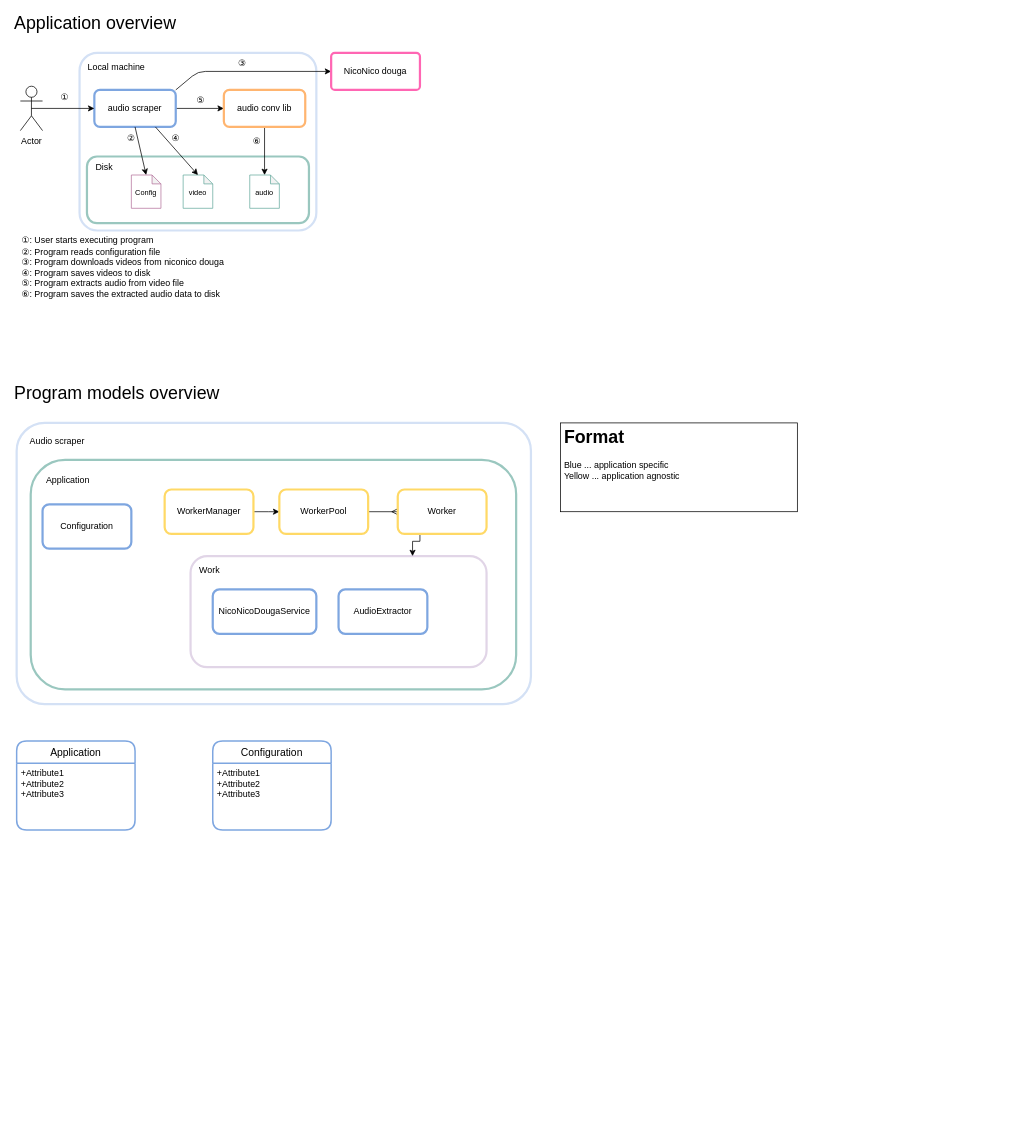
Earlier version of the draw.io diagram docs/features/audioscraper/audio-scraper-design.drawio (eiji03aero/niconico-scraper). Source tidied: cells renumbered, new cells numbered last; positions are measured from the earlier drawing's top-left corner, leaving out a move shared by most shapes. Both pictures are drawn from the tidied source at 74%, with x=0, y=0 at pixel (13, 16).
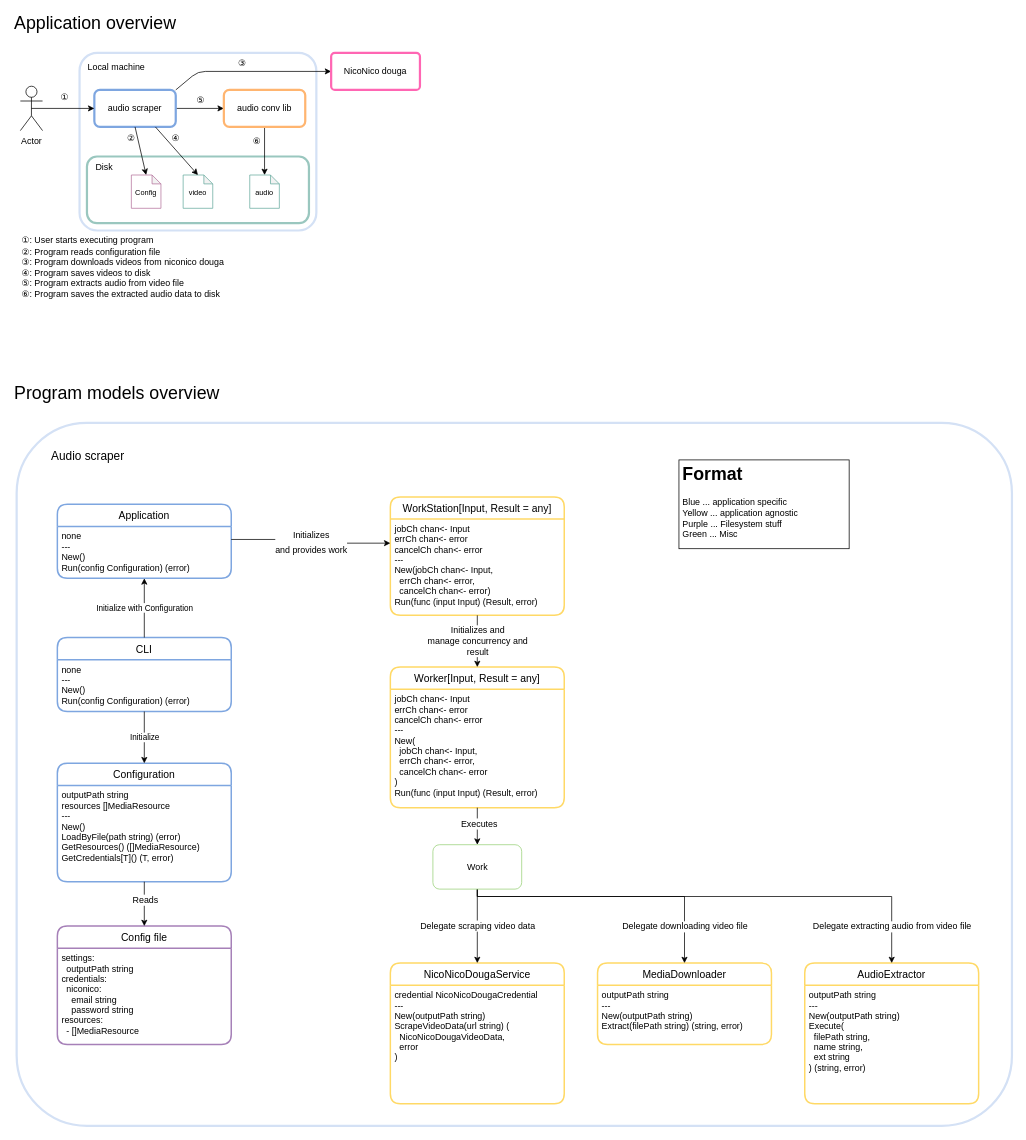
After the change.

Commit message (it also covers changes not shown here):
done program overview diagram

The edit, as a diff of the source:
```diff
@@
     <mxCell id="28" style="rounded=1;arcSize=10;whiteSpace=wrap;html=1;align=center;strokeWidth=3;strokeColor=#D4E1F5;" parent="1" vertex="1">
-      <mxGeometry x="5" y="550" width="695" height="380" as="geometry" />
+      <mxGeometry x="5" y="550" width="1345" height="950" as="geometry" />
     </mxCell>
-    <mxCell id="29" value="Audio scraper" style="text;html=1;strokeColor=none;fillColor=none;align=center;verticalAlign=middle;whiteSpace=wrap;rounded=0;" parent="1" vertex="1">
-      <mxGeometry x="20" y="560" width="80" height="30" as="geometry" />
+    <mxCell id="29" value="&lt;font style=&quot;font-size: 16px&quot;&gt;Audio scraper&lt;/font&gt;" style="text;html=1;strokeColor=none;fillColor=none;align=left;verticalAlign=middle;rounded=0;" parent="1" vertex="1">
+      <mxGeometry x="50" y="580" width="110" height="30" as="geometry" />
     </mxCell>
-    <mxCell id="30" style="rounded=1;whiteSpace=wrap;html=1;strokeWidth=3;strokeColor=#9AC7BF;" parent="1" vertex="1">
-      <mxGeometry x="24" y="600" width="656" height="310" as="geometry" />
-    </mxCell>
-    <mxCell id="31" value="Application" style="text;html=1;strokeColor=none;fillColor=none;align=left;verticalAlign=middle;whiteSpace=wrap;rounded=0;" parent="1" vertex="1">
-      <mxGeometry x="43" y="613" width="90" height="30" as="geometry" />
-    </mxCell>
-    <mxCell id="32" value="Configuration" style="rounded=1;whiteSpace=wrap;html=1;strokeColor=#7EA6E0;strokeWidth=3;align=center;" parent="1" vertex="1">
-      <mxGeometry x="40" y="660" width="120" height="60" as="geometry" />
-    </mxCell>
-    <mxCell id="33" style="edgeStyle=orthogonalEdgeStyle;rounded=0;jettySize=auto;html=1;exitX=1;exitY=0.5;exitDx=0;exitDy=0;" parent="1" edge="1" source="34" target="36">
+    <mxCell id="33" style="edgeStyle=orthogonalEdgeStyle;rounded=0;orthogonalLoop=1;jettySize=auto;html=1;exitX=1;exitY=0.5;exitDx=0;exitDy=0;" parent="1" edge="1">
       <mxGeometry relative="1" as="geometry">
+        <mxPoint x="360" y="670" as="targetPoint" />
         <Array as="points">
           <mxPoint x="345" y="670" />
           <mxPoint x="345" y="670" />
         </Array>
       </mxGeometry>
     </mxCell>
-    <mxCell id="34" value="WorkerManager" style="rounded=1;whiteSpace=wrap;html=1;strokeColor=#FFD966;strokeWidth=3;align=center;" parent="1" vertex="1">
-      <mxGeometry x="205" y="640" width="120" height="60" as="geometry" />
-    </mxCell>
-    <mxCell id="35" style="edgeStyle=orthogonalEdgeStyle;rounded=0;jettySize=auto;html=1;exitX=1;exitY=0.5;exitDx=0;exitDy=0;entryX=0;entryY=0.5;entryDx=0;entryDy=0;endArrow=ERmany;endFill=0;" parent="1" edge="1" source="36" target="40">
-      <mxGeometry relative="1" as="geometry" />
+    <mxCell id="35" style="edgeStyle=orthogonalEdgeStyle;rounded=0;orthogonalLoop=1;jettySize=auto;html=1;exitX=1;exitY=0.5;exitDx=0;exitDy=0;entryX=0;entryY=0.5;entryDx=0;entryDy=0;endArrow=ERmany;endFill=0;" parent="1" edge="1">
+      <mxGeometry relative="1" as="geometry">
+        <mxPoint x="520" y="670" as="targetPoint" />
+      </mxGeometry>
     </mxCell>
-    <mxCell id="36" value="WorkerPool" style="rounded=1;whiteSpace=wrap;html=1;strokeColor=#FFD966;strokeWidth=3;align=center;" parent="1" vertex="1">
-      <mxGeometry x="360" y="640" width="120" height="60" as="geometry" />
-    </mxCell>
-    <mxCell id="37" style="rounded=1;whiteSpace=wrap;html=1;strokeColor=#E1D5E7;strokeWidth=3;align=center;" parent="1" vertex="1">
-      <mxGeometry x="240" y="730" width="400" height="150" as="geometry" />
-    </mxCell>
-    <mxCell id="38" value="AudioExtractor" style="rounded=1;whiteSpace=wrap;html=1;strokeColor=#7EA6E0;strokeWidth=3;align=center;" parent="1" vertex="1">
-      <mxGeometry x="440" y="775" width="120" height="60" as="geometry" />
-    </mxCell>
-    <mxCell id="39" style="edgeStyle=orthogonalEdgeStyle;rounded=0;jettySize=auto;html=1;exitX=0.25;exitY=1;exitDx=0;exitDy=0;entryX=0.75;entryY=0;entryDx=0;entryDy=0;endArrow=classic;endFill=1;" parent="1" edge="1" source="40" target="37">
+    <mxCell id="39" style="edgeStyle=orthogonalEdgeStyle;rounded=0;orthogonalLoop=1;jettySize=auto;html=1;exitX=0.25;exitY=1;exitDx=0;exitDy=0;entryX=0.75;entryY=0;entryDx=0;entryDy=0;endArrow=classic;endFill=1;" parent="1" edge="1">
       <mxGeometry relative="1" as="geometry">
+        <mxPoint x="540" y="730" as="targetPoint" />
         <Array as="points">
           <mxPoint x="550" y="710" />
           <mxPoint x="540" y="710" />
         </Array>
       </mxGeometry>
     </mxCell>
-    <mxCell id="40" value="Worker" style="rounded=1;whiteSpace=wrap;html=1;strokeColor=#FFD966;strokeWidth=3;align=center;" parent="1" vertex="1">
-      <mxGeometry x="520" y="640" width="120" height="60" as="geometry" />
-    </mxCell>
-    <mxCell id="41" value="Work" style="text;html=1;strokeColor=none;fillColor=none;align=left;verticalAlign=middle;whiteSpace=wrap;rounded=0;" parent="1" vertex="1">
-      <mxGeometry x="250" y="734" width="90" height="30" as="geometry" />
-    </mxCell>
-    <mxCell id="42" value="NicoNicoDougaService" style="rounded=1;whiteSpace=wrap;html=1;strokeColor=#7EA6E0;strokeWidth=3;align=center;" parent="1" vertex="1">
-      <mxGeometry x="270" y="775" width="140" height="60" as="geometry" />
-    </mxCell>
     <mxCell id="43" value="Application" style="swimlane;horizontal=1;startSize=30;rounded=1;fontSize=14;fontStyle=0;strokeWidth=2;shadow=0;dashed=0;align=center;fontColor=#000000;strokeColor=#7EA6E0;" parent="1" vertex="1">
-      <mxGeometry x="5" y="980" width="160" height="120" as="geometry" />
+      <mxGeometry x="60" y="660" width="235" height="100" as="geometry" />
     </mxCell>
-    <mxCell id="44" value="+Attribute1&#10;+Attribute2&#10;+Attribute3" style="align=left;strokeColor=none;fillColor=none;spacingLeft=4;fontSize=12;verticalAlign=top;" parent="43" vertex="1">
-      <mxGeometry y="30" width="160" height="90" as="geometry" />
+    <mxCell id="44" value="none&#10;---&#10;New()&#10;Run(config Configuration) (error)" style="align=left;strokeColor=none;fillColor=none;spacingLeft=4;fontSize=12;verticalAlign=top;" parent="43" vertex="1">
+      <mxGeometry y="30" width="235" height="70" as="geometry" />
     </mxCell>
+    <mxCell id="47" value="&lt;h1&gt;&lt;span&gt;Format&lt;/span&gt;&lt;/h1&gt;&lt;div&gt;Blue ... application specific&lt;/div&gt;&lt;div&gt;Yellow ... application agnostic&lt;/div&gt;&lt;div&gt;Purple ... Filesystem stuff&lt;/div&gt;&lt;div&gt;Green ... Misc&lt;/div&gt;" style="text;html=1;strokeColor=default;fillColor=none;spacing=5;spacingTop=-20;whiteSpace=wrap;overflow=hidden;rounded=0;fontColor=#000000;align=left;" parent="1" vertex="1">
+      <mxGeometry x="900" y="600" width="230" height="120" as="geometry" />
+    </mxCell>
     <mxCell id="45" value="Configuration" style="swimlane;horizontal=1;startSize=30;rounded=1;fontSize=14;fontStyle=0;strokeWidth=2;shadow=0;dashed=0;align=center;fontColor=#000000;strokeColor=#7EA6E0;" parent="1" vertex="1">
-      <mxGeometry x="270" y="980" width="160" height="120" as="geometry" />
+      <mxGeometry x="60" y="1010" width="235" height="160" as="geometry" />
     </mxCell>
-    <mxCell id="46" value="+Attribute1&#10;+Attribute2&#10;+Attribute3" style="align=left;strokeColor=none;fillColor=none;spacingLeft=4;fontSize=12;verticalAlign=top;" parent="45" vertex="1">
-      <mxGeometry y="30" width="160" height="90" as="geometry" />
-    </mxCell>
-    <mxCell id="47" value="&lt;h1&gt;&lt;span&gt;Format&lt;/span&gt;&lt;/h1&gt;&lt;div&gt;Blue ... application specific&lt;/div&gt;&lt;div&gt;Yellow ... application agnostic&lt;/div&gt;" style="text;html=1;strokeColor=default;fillColor=none;spacing=5;spacingTop=-20;whiteSpace=wrap;overflow=hidden;rounded=0;fontColor=#000000;align=left;" parent="1" vertex="1">
-      <mxGeometry x="740" y="550" width="320" height="120" as="geometry" />
-    </mxCell>
+    <mxCell id="48" value="outputPath string&#10;resources []MediaResource&#10;---&#10;New()&#10;LoadByFile(path string) (error)&#10;GetResources() ([]MediaResource)&#10;GetCredentials[T]() (T, error)" style="align=left;strokeColor=none;fillColor=none;spacingLeft=4;fontSize=12;verticalAlign=top;" parent="45" vertex="1">
+      <mxGeometry y="30" width="235" height="130" as="geometry" />
+    </mxCell>
+    <mxCell id="49" value="CLI" style="swimlane;horizontal=1;startSize=30;rounded=1;fontSize=14;fontStyle=0;strokeWidth=2;shadow=0;dashed=0;align=center;fontColor=#000000;strokeColor=#7EA6E0;" parent="1" vertex="1">
+      <mxGeometry x="60" y="840" width="235" height="100" as="geometry" />
+    </mxCell>
+    <mxCell id="50" value="none&#10;---&#10;New()&#10;Run(config Configuration) (error)" style="align=left;strokeColor=none;fillColor=none;spacingLeft=4;fontSize=12;verticalAlign=top;" parent="49" vertex="1">
+      <mxGeometry y="30" width="235" height="70" as="geometry" />
+    </mxCell>
+    <mxCell id="51" value="Initialize" style="edgeStyle=orthogonalEdgeStyle;rounded=0;jettySize=auto;html=1;exitX=0.5;exitY=1;exitDx=0;exitDy=0;entryX=0.5;entryY=0;entryDx=0;entryDy=0;fontColor=#000000;" parent="1" edge="1" source="50" target="45">
+      <mxGeometry relative="1" as="geometry" />
+    </mxCell>
+    <mxCell id="52" value="Initialize with Configuration" style="edgeStyle=orthogonalEdgeStyle;rounded=0;jettySize=auto;html=1;exitX=0.5;exitY=0;exitDx=0;exitDy=0;fontColor=#000000;entryX=0.5;entryY=1;entryDx=0;entryDy=0;" parent="1" edge="1" source="49" target="44">
+      <mxGeometry relative="1" as="geometry" />
+    </mxCell>
+    <mxCell id="53" value="Worker[Input, Result = any]" style="swimlane;horizontal=1;startSize=30;rounded=1;fontSize=14;fontStyle=0;strokeWidth=2;shadow=0;dashed=0;align=center;fontColor=#000000;strokeColor=#FFD966;" parent="1" vertex="1">
+      <mxGeometry x="510" y="880" width="235" height="190" as="geometry" />
+    </mxCell>
+    <mxCell id="54" value="jobCh chan&lt;- Input&#10;errCh chan&lt;- error&#10;cancelCh chan&lt;- error&#10;---&#10;New(&#10;  jobCh chan&lt;- Input,&#10;  errCh chan&lt;- error,&#10;  cancelCh chan&lt;- error&#10;)&#10;Run(func (input Input) (Result, error)" style="align=left;strokeColor=none;fillColor=none;spacingLeft=4;fontSize=12;verticalAlign=top;" parent="53" vertex="1">
+      <mxGeometry y="30" width="235" height="160" as="geometry" />
+    </mxCell>
+    <mxCell id="55" value="WorkStation[Input, Result = any]" style="swimlane;horizontal=1;startSize=30;rounded=1;fontSize=14;fontStyle=0;strokeWidth=2;shadow=0;dashed=0;align=center;fontColor=#000000;strokeColor=#FFD966;" parent="1" vertex="1">
+      <mxGeometry x="510" y="650" width="235" height="160" as="geometry" />
+    </mxCell>
+    <mxCell id="56" value="jobCh chan&lt;- Input&#10;errCh chan&lt;- error&#10;cancelCh chan&lt;- error&#10;---&#10;New(jobCh chan&lt;- Input,&#10;  errCh chan&lt;- error,&#10;  cancelCh chan&lt;- error)&#10;Run(func (input Input) (Result, error)" style="align=left;strokeColor=none;fillColor=none;spacingLeft=4;fontSize=12;verticalAlign=top;" parent="55" vertex="1">
+      <mxGeometry y="30" width="235" height="130" as="geometry" />
+    </mxCell>
+    <mxCell id="57" value="&lt;font style=&quot;font-size: 12px&quot;&gt;Initializes&lt;br&gt;and provides work&lt;br&gt;&lt;/font&gt;" style="edgeStyle=orthogonalEdgeStyle;rounded=0;jettySize=auto;html=1;exitX=1;exitY=0.25;exitDx=0;exitDy=0;entryX=0;entryY=0.25;entryDx=0;entryDy=0;fontSize=16;fontColor=#000000;" parent="1" edge="1" source="44" target="56">
+      <mxGeometry relative="1" as="geometry" />
+    </mxCell>
+    <mxCell id="58" value="Initializes and&lt;br&gt;manage concurrency and&lt;br&gt;result" style="edgeStyle=orthogonalEdgeStyle;rounded=0;jettySize=auto;html=1;exitX=0.5;exitY=1;exitDx=0;exitDy=0;entryX=0.5;entryY=0;entryDx=0;entryDy=0;fontSize=12;fontColor=#000000;" parent="1" edge="1" source="56" target="53">
+      <mxGeometry relative="1" as="geometry" />
+    </mxCell>
+    <mxCell id="59" style="edgeStyle=orthogonalEdgeStyle;rounded=0;jettySize=auto;html=1;exitX=0.5;exitY=1;exitDx=0;exitDy=0;entryX=0.5;entryY=0;entryDx=0;entryDy=0;fontSize=12;fontColor=#000000;" parent="1" edge="1" source="54" target="41">
+      <mxGeometry relative="1" as="geometry" />
+    </mxCell>
+    <mxCell id="60" value="Executes" style="edgeLabel;html=1;align=center;verticalAlign=middle;fontSize=12;fontColor=#000000;" parent="59" vertex="1">
+      <mxGeometry x="-0.17" y="2" relative="1" as="geometry" />
+    </mxCell>
+    <mxCell id="38" value="AudioExtractor" style="swimlane;horizontal=1;startSize=30;rounded=1;fontSize=14;fontStyle=0;strokeWidth=2;shadow=0;dashed=0;align=center;fontColor=#000000;strokeColor=#FFD966;" parent="1" vertex="1">
+      <mxGeometry x="1070" y="1280" width="235" height="190" as="geometry" />
+    </mxCell>
+    <mxCell id="61" value="outputPath string&#10;---&#10;New(outputPath string)&#10;Execute(&#10;  filePath string,&#10;  name string,&#10;  ext string&#10;) (string, error)" style="align=left;strokeColor=none;fillColor=none;spacingLeft=4;fontSize=12;verticalAlign=top;" parent="38" vertex="1">
+      <mxGeometry y="30" width="235" height="160" as="geometry" />
+    </mxCell>
+    <mxCell id="62" value="MediaDownloader" style="swimlane;horizontal=1;startSize=30;rounded=1;fontSize=14;fontStyle=0;strokeWidth=2;shadow=0;dashed=0;align=center;fontColor=#000000;strokeColor=#FFD966;" parent="1" vertex="1">
+      <mxGeometry x="790" y="1280" width="235" height="110" as="geometry" />
+    </mxCell>
+    <mxCell id="63" value="outputPath string&#10;---&#10;New(outputPath string)&#10;Extract(filePath string) (string, error)" style="align=left;strokeColor=none;fillColor=none;spacingLeft=4;fontSize=12;verticalAlign=top;" parent="62" vertex="1">
+      <mxGeometry y="30" width="235" height="80" as="geometry" />
+    </mxCell>
+    <mxCell id="42" value="NicoNicoDougaService" style="swimlane;horizontal=1;startSize=30;rounded=1;fontSize=14;fontStyle=0;strokeWidth=2;shadow=0;dashed=0;align=center;fontColor=#000000;strokeColor=#FFD966;" parent="1" vertex="1">
+      <mxGeometry x="510" y="1280" width="235" height="190" as="geometry" />
+    </mxCell>
+    <mxCell id="64" value="credential NicoNicoDougaCredential&#10;---&#10;New(outputPath string)&#10;ScrapeVideoData(url string) (&#10;  NicoNicoDougaVideoData,&#10;  error&#10;)" style="align=left;strokeColor=none;fillColor=none;spacingLeft=4;fontSize=12;verticalAlign=top;" parent="42" vertex="1">
+      <mxGeometry y="30" width="235" height="160" as="geometry" />
+    </mxCell>
+    <mxCell id="65" value="Config file" style="swimlane;horizontal=1;startSize=30;rounded=1;fontSize=14;fontStyle=0;strokeWidth=2;shadow=0;dashed=0;align=center;fontColor=#000000;strokeColor=#A680B8;" parent="1" vertex="1">
+      <mxGeometry x="60" y="1230" width="235" height="160" as="geometry" />
+    </mxCell>
+    <mxCell id="66" value="settings:&#10;  outputPath string&#10;credentials:&#10;  niconico:&#10;    email string&#10;    password string&#10;resources:&#10;  - []MediaResource" style="align=left;strokeColor=none;fillColor=none;spacingLeft=4;fontSize=12;verticalAlign=top;" parent="65" vertex="1">
+      <mxGeometry y="30" width="235" height="130" as="geometry" />
+    </mxCell>
+    <mxCell id="67" value="Delegate extracting audio from video file" style="edgeStyle=orthogonalEdgeStyle;rounded=0;jettySize=auto;html=1;exitX=0.5;exitY=1;exitDx=0;exitDy=0;entryX=0.5;entryY=0;entryDx=0;entryDy=0;fontSize=12;fontColor=#000000;" parent="1" edge="1" source="41" target="38">
+      <mxGeometry x="0.85" relative="1" as="geometry">
+        <Array as="points">
+          <mxPoint x="628" y="1190" />
+          <mxPoint x="1188" y="1190" />
+        </Array>
+      </mxGeometry>
+    </mxCell>
+    <mxCell id="68" value="Delegate scraping video data" style="edgeStyle=orthogonalEdgeStyle;rounded=0;jettySize=auto;html=1;exitX=0.5;exitY=1;exitDx=0;exitDy=0;entryX=0.5;entryY=0;entryDx=0;entryDy=0;fontSize=12;fontColor=#000000;" parent="1" edge="1" source="41" target="42">
+      <mxGeometry relative="1" as="geometry" />
+    </mxCell>
+    <mxCell id="69" value="Delegate downloading video file" style="edgeStyle=orthogonalEdgeStyle;rounded=0;jettySize=auto;html=1;exitX=0.5;exitY=1;exitDx=0;exitDy=0;entryX=0.5;entryY=0;entryDx=0;entryDy=0;fontSize=12;fontColor=#000000;" parent="1" edge="1" source="41" target="62">
+      <mxGeometry x="0.74" relative="1" as="geometry">
+        <Array as="points">
+          <mxPoint x="628" y="1190" />
+          <mxPoint x="908" y="1190" />
+        </Array>
+      </mxGeometry>
+    </mxCell>
+    <mxCell id="41" value="Work" style="rounded=1;whiteSpace=wrap;html=1;fontSize=12;fontColor=#000000;strokeColor=#97D077;align=center;" parent="1" vertex="1">
+      <mxGeometry x="567.5" y="1120" width="120" height="60" as="geometry" />
+    </mxCell>
+    <mxCell id="70" style="edgeStyle=orthogonalEdgeStyle;rounded=0;jettySize=auto;html=1;exitX=0.5;exitY=1;exitDx=0;exitDy=0;entryX=0.5;entryY=0;entryDx=0;entryDy=0;fontSize=12;fontColor=#000000;" parent="1" edge="1" source="48" target="65">
+      <mxGeometry relative="1" as="geometry" />
+    </mxCell>
+    <mxCell id="71" value="Reads" style="edgeLabel;html=1;align=center;verticalAlign=middle;fontSize=12;fontColor=#000000;" parent="70" vertex="1">
+      <mxGeometry x="-0.2" y="1" relative="1" as="geometry" />
+    </mxCell>
```
